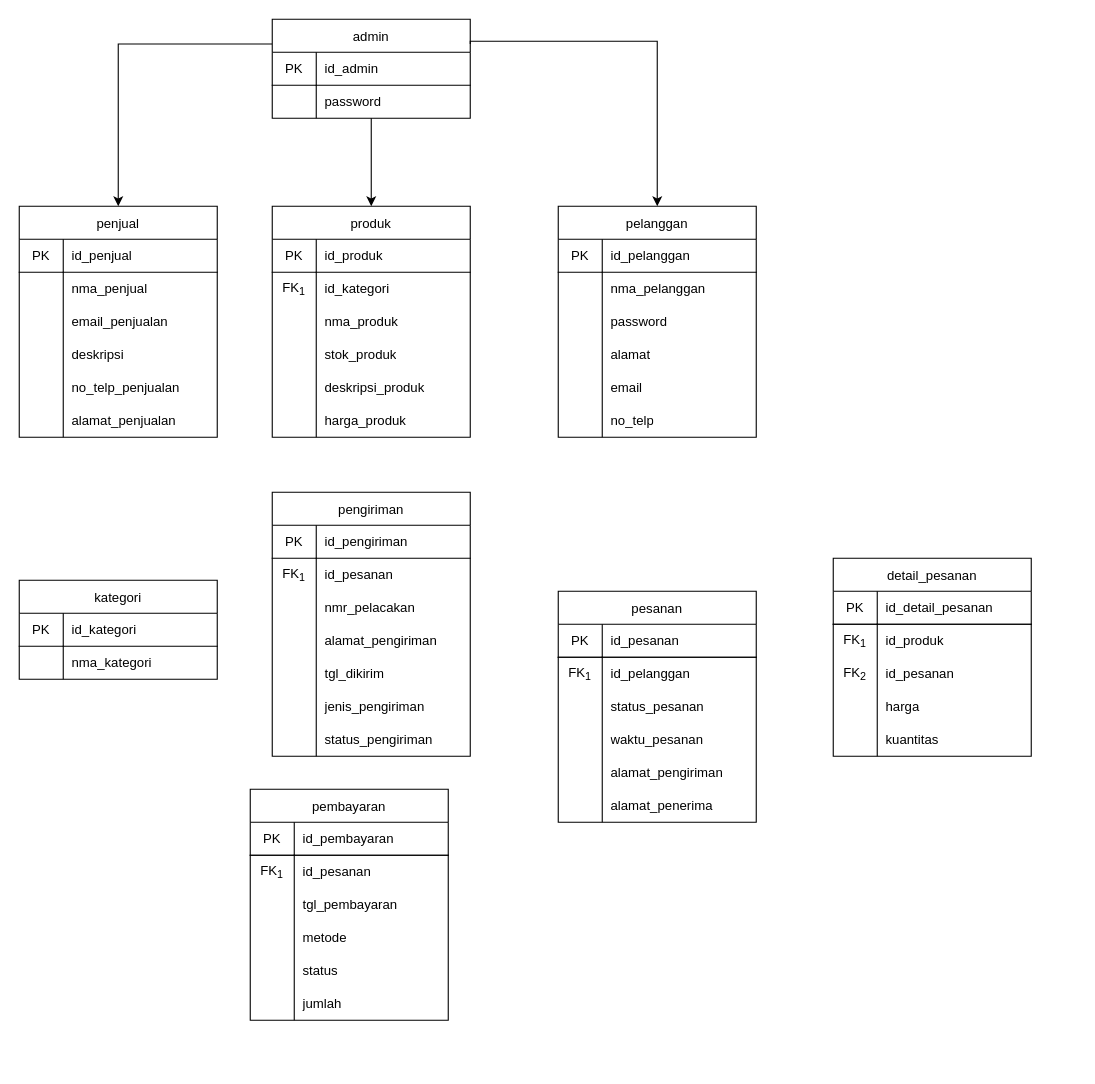
Before: e-commerce_cdm.drawio in vinnnna/sistem-basis-data, a draw.io diagram. Source tidied: cells renumbered, new cells numbered last; positions are measured from the earlier drawing's top-left corner, leaving out a move shared by most shapes. Both pictures are drawn from the tidied source at 110%, with x=0, y=0 at pixel (19, 19).
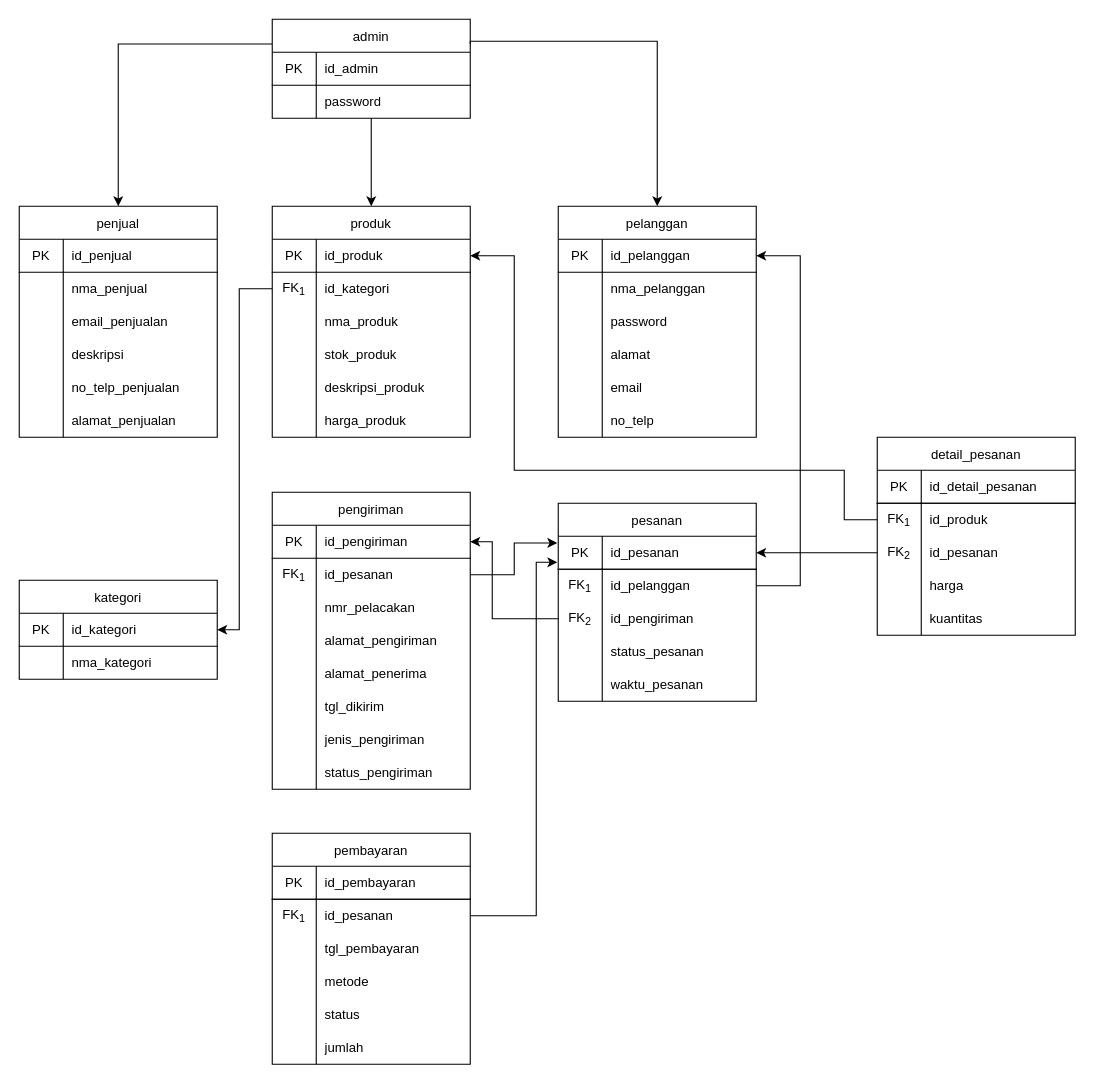
The same diagram, later.

Unchanged cells that the change refers to:
```xml
<mxCell id="22" style="shape=tableRow;horizontal=0;startSize=0;swimlaneHead=0;swimlaneBody=0;top=0;left=0;bottom=0;right=0;fillColor=none;points=[[0,0.5],[1,0.5]];portConstraint=eastwest;strokeColor=inherit;fontSize=12;" parent="21" vertex="1">
  <mxGeometry y="30" width="180" height="30" as="geometry" />
</mxCell>
<mxCell id="25" style="shape=tableRow;horizontal=0;startSize=0;swimlaneHead=0;swimlaneBody=0;top=0;left=0;bottom=0;right=0;fillColor=none;points=[[0,0.5],[1,0.5]];portConstraint=eastwest;strokeColor=inherit;fontSize=12;" parent="21" vertex="1">
  <mxGeometry y="60" width="180" height="30" as="geometry" />
</mxCell>
<mxCell id="41" style="shape=tableRow;horizontal=0;startSize=0;swimlaneHead=0;swimlaneBody=0;top=0;left=0;bottom=0;right=0;fillColor=none;points=[[0,0.5],[1,0.5]];portConstraint=eastwest;strokeColor=inherit;fontSize=12;" parent="40" vertex="1">
  <mxGeometry y="30" width="180" height="30" as="geometry" />
</mxCell>
<mxCell id="44" style="shape=tableRow;horizontal=0;startSize=0;swimlaneHead=0;swimlaneBody=0;top=0;left=0;bottom=0;right=0;fillColor=none;points=[[0,0.5],[1,0.5]];portConstraint=eastwest;strokeColor=inherit;fontSize=12;" parent="40" vertex="1">
  <mxGeometry y="60" width="180" height="30" as="geometry" />
</mxCell>
<mxCell id="63" style="shape=tableRow;horizontal=0;startSize=0;swimlaneHead=0;swimlaneBody=0;top=0;left=0;bottom=0;right=0;fillColor=none;points=[[0,0.5],[1,0.5]];portConstraint=eastwest;strokeColor=inherit;fontSize=12;" parent="59" vertex="1">
  <mxGeometry y="60" width="180" height="30" as="geometry" />
</mxCell>
<mxCell id="66" style="shape=tableRow;horizontal=0;startSize=0;swimlaneHead=0;swimlaneBody=0;top=0;left=0;bottom=0;right=0;fillColor=none;points=[[0,0.5],[1,0.5]];portConstraint=eastwest;strokeColor=inherit;fontSize=12;" parent="59" vertex="1">
  <mxGeometry y="90" width="180" height="30" as="geometry" />
</mxCell>
<mxCell id="76" style="shape=tableRow;horizontal=0;startSize=0;swimlaneHead=0;swimlaneBody=0;top=0;left=0;bottom=0;right=0;fillColor=none;points=[[0,0.5],[1,0.5]];portConstraint=eastwest;strokeColor=inherit;fontSize=12;" parent="75" vertex="1">
  <mxGeometry y="30" width="180" height="30" as="geometry" />
</mxCell>
<mxCell id="104" style="shape=tableRow;horizontal=0;startSize=0;swimlaneHead=0;swimlaneBody=0;top=0;left=0;bottom=0;right=0;fillColor=none;points=[[0,0.5],[1,0.5]];portConstraint=eastwest;strokeColor=inherit;fontSize=12;" parent="103" vertex="1">
  <mxGeometry y="30" width="180" height="30" as="geometry" />
</mxCell>
<mxCell id="111" style="shape=tableRow;horizontal=0;startSize=0;swimlaneHead=0;swimlaneBody=0;top=0;left=0;bottom=0;right=0;fillColor=none;points=[[0,0.5],[1,0.5]];portConstraint=eastwest;strokeColor=inherit;fontSize=12;" parent="110" vertex="1">
  <mxGeometry y="30" width="180" height="30" as="geometry" />
</mxCell>
<mxCell id="114" style="shape=tableRow;horizontal=0;startSize=0;swimlaneHead=0;swimlaneBody=0;top=0;left=0;bottom=0;right=0;fillColor=none;points=[[0,0.5],[1,0.5]];portConstraint=eastwest;strokeColor=inherit;fontSize=12;" parent="110" vertex="1">
  <mxGeometry y="60" width="180" height="30" as="geometry" />
</mxCell>
<mxCell id="137" style="shape=tableRow;horizontal=0;startSize=0;swimlaneHead=0;swimlaneBody=0;top=0;left=0;bottom=0;right=0;fillColor=none;points=[[0,0.5],[1,0.5]];portConstraint=eastwest;strokeColor=inherit;fontSize=12;" parent="133" vertex="1">
  <mxGeometry y="60" width="180" height="30" as="geometry" />
</mxCell>
```

The edit, as a diff of the source:
```diff
@@
     <mxCell id="40" value="pesanan" style="shape=table;startSize=30;childLayout=tableLayout;rowLines=0;fontStyle=0;strokeColor=default;fontSize=12;" parent="1" vertex="1">
-      <mxGeometry x="490" y="520" width="180" height="210" as="geometry" />
+      <mxGeometry x="490" y="440" width="180" height="180" as="geometry" />
     </mxCell>
@@
+    <mxCell id="152" style="shape=tableRow;horizontal=0;startSize=0;swimlaneHead=0;swimlaneBody=0;top=0;left=0;bottom=0;right=0;fillColor=none;points=[[0,0.5],[1,0.5]];portConstraint=eastwest;strokeColor=inherit;fontSize=12;" parent="40" vertex="1">
+      <mxGeometry y="90" width="180" height="30" as="geometry" />
+    </mxCell>
+    <mxCell id="153" value="FK&lt;sub&gt;2&lt;/sub&gt;" style="shape=partialRectangle;html=1;whiteSpace=wrap;fillColor=none;top=0;left=0;bottom=0;right=0;overflow=hidden;strokeColor=inherit;fontSize=12;" parent="152" vertex="1">
+      <mxGeometry width="40" height="30" as="geometry" />
+    </mxCell>
+    <mxCell id="154" value="id_pengiriman" style="shape=partialRectangle;html=1;whiteSpace=wrap;fillColor=none;top=0;left=0;bottom=0;right=0;align=left;spacingLeft=6;overflow=hidden;strokeColor=inherit;fontSize=12;" parent="152" vertex="1">
+      <mxGeometry x="40" width="140" height="30" as="geometry" />
+    </mxCell>
     <mxCell id="47" style="shape=tableRow;horizontal=0;startSize=0;swimlaneHead=0;swimlaneBody=0;top=0;left=0;bottom=0;right=0;fillColor=none;strokeColor=inherit;fontSize=12;" parent="40" vertex="1">
-      <mxGeometry y="90" width="180" height="30" as="geometry" />
+      <mxGeometry y="120" width="180" height="30" as="geometry" />
     </mxCell>
@@
     <mxCell id="50" style="shape=tableRow;horizontal=0;startSize=0;swimlaneHead=0;swimlaneBody=0;top=0;left=0;bottom=0;right=0;fillColor=none;strokeColor=inherit;fontSize=12;" parent="40" vertex="1">
-      <mxGeometry y="120" width="180" height="30" as="geometry" />
+      <mxGeometry y="150" width="180" height="30" as="geometry" />
     </mxCell>
@@
-    <mxCell id="53" style="shape=tableRow;horizontal=0;startSize=0;swimlaneHead=0;swimlaneBody=0;top=0;left=0;bottom=0;right=0;fillColor=none;strokeColor=inherit;fontSize=12;" parent="40" vertex="1">
-      <mxGeometry y="150" width="180" height="30" as="geometry" />
-    </mxCell>
-    <mxCell id="54" style="shape=partialRectangle;html=1;whiteSpace=wrap;fillColor=none;top=0;left=0;bottom=0;right=0;overflow=hidden;strokeColor=inherit;fontSize=12;" parent="53" vertex="1">
-      <mxGeometry width="40" height="30" as="geometry" />
-    </mxCell>
-    <mxCell id="55" value="alamat_pengiriman" style="shape=partialRectangle;html=1;whiteSpace=wrap;fillColor=none;top=0;left=0;bottom=0;right=0;align=left;spacingLeft=6;overflow=hidden;strokeColor=inherit;fontSize=12;" parent="53" vertex="1">
-      <mxGeometry x="40" width="140" height="30" as="geometry" />
-    </mxCell>
-    <mxCell id="56" style="shape=tableRow;horizontal=0;startSize=0;swimlaneHead=0;swimlaneBody=0;top=0;left=0;bottom=0;right=0;fillColor=none;strokeColor=inherit;fontSize=12;" parent="40" vertex="1">
-      <mxGeometry y="180" width="180" height="30" as="geometry" />
-    </mxCell>
-    <mxCell id="57" style="shape=partialRectangle;html=1;whiteSpace=wrap;fillColor=none;top=0;left=0;bottom=0;right=0;overflow=hidden;strokeColor=inherit;fontSize=12;" parent="56" vertex="1">
-      <mxGeometry width="40" height="30" as="geometry" />
-    </mxCell>
-    <mxCell id="58" value="alamat_penerima" style="shape=partialRectangle;html=1;whiteSpace=wrap;fillColor=none;top=0;left=0;bottom=0;right=0;align=left;spacingLeft=6;overflow=hidden;strokeColor=inherit;fontSize=12;" parent="56" vertex="1">
-      <mxGeometry x="40" width="140" height="30" as="geometry" />
-    </mxCell>
     <mxCell id="59" value="detail_pesanan" style="shape=table;startSize=30;childLayout=tableLayout;rowLines=0;fontStyle=0;strokeColor=default;fontSize=12;" parent="1" vertex="1">
-      <mxGeometry x="740" y="490" width="180" height="180" as="geometry" />
+      <mxGeometry x="780" y="380" width="180" height="180" as="geometry" />
     </mxCell>
@@
     <mxCell id="110" value="pengiriman" style="shape=table;startSize=30;childLayout=tableLayout;rowLines=0;fontStyle=0;strokeColor=default;fontSize=12;" parent="1" vertex="1">
-      <mxGeometry x="230" y="430" width="180" height="240" as="geometry" />
+      <mxGeometry x="230" y="430" width="180" height="270" as="geometry" />
     </mxCell>
@@
+    <mxCell id="53" style="shape=tableRow;horizontal=0;startSize=0;swimlaneHead=0;swimlaneBody=0;top=0;left=0;bottom=0;right=0;fillColor=none;strokeColor=inherit;fontSize=12;" parent="110" vertex="1">
+      <mxGeometry y="150" width="180" height="30" as="geometry" />
+    </mxCell>
+    <mxCell id="155" style="shape=partialRectangle;html=1;whiteSpace=wrap;fillColor=none;top=0;left=0;bottom=0;right=0;overflow=hidden;strokeColor=inherit;fontSize=12;" parent="53" vertex="1">
+      <mxGeometry width="40" height="30" as="geometry" />
+    </mxCell>
+    <mxCell id="58" value="alamat_penerima" style="shape=partialRectangle;html=1;whiteSpace=wrap;fillColor=none;top=0;left=0;bottom=0;right=0;align=left;spacingLeft=6;overflow=hidden;strokeColor=inherit;fontSize=12;" parent="53" vertex="1">
+      <mxGeometry x="40" width="140" height="30" as="geometry" />
+    </mxCell>
     <mxCell id="123" style="shape=tableRow;horizontal=0;startSize=0;swimlaneHead=0;swimlaneBody=0;top=0;left=0;bottom=0;right=0;fillColor=none;strokeColor=inherit;fontSize=12;" parent="110" vertex="1">
-      <mxGeometry y="150" width="180" height="30" as="geometry" />
+      <mxGeometry y="180" width="180" height="30" as="geometry" />
     </mxCell>
@@
     <mxCell id="126" style="shape=tableRow;horizontal=0;startSize=0;swimlaneHead=0;swimlaneBody=0;top=0;left=0;bottom=0;right=0;fillColor=none;strokeColor=inherit;fontSize=12;" parent="110" vertex="1">
-      <mxGeometry y="180" width="180" height="30" as="geometry" />
+      <mxGeometry y="210" width="180" height="30" as="geometry" />
     </mxCell>
@@
     <mxCell id="129" style="shape=tableRow;horizontal=0;startSize=0;swimlaneHead=0;swimlaneBody=0;top=0;left=0;bottom=0;right=0;fillColor=none;strokeColor=inherit;fontSize=12;" parent="110" vertex="1">
-      <mxGeometry y="210" width="180" height="30" as="geometry" />
+      <mxGeometry y="240" width="180" height="30" as="geometry" />
     </mxCell>
@@
     <mxCell id="133" value="pembayaran" style="shape=table;startSize=30;childLayout=tableLayout;rowLines=0;fontStyle=0;strokeColor=default;fontSize=12;" parent="1" vertex="1">
-      <mxGeometry x="210" y="700" width="180" height="210" as="geometry" />
+      <mxGeometry x="230" y="740" width="180" height="210" as="geometry" />
     </mxCell>
@@
+    <mxCell id="156" style="edgeStyle=orthogonalEdgeStyle;rounded=0;jettySize=auto;html=1;entryX=1;entryY=0.5;entryDx=0;entryDy=0;exitX=1;exitY=0.5;exitDx=0;exitDy=0;" parent="1" edge="1" source="44" target="76">
+      <mxGeometry relative="1" as="geometry">
+        <Array as="points">
+          <mxPoint x="710" y="515" />
+          <mxPoint x="710" y="215" />
+        </Array>
+      </mxGeometry>
+    </mxCell>
+    <mxCell id="157" style="edgeStyle=orthogonalEdgeStyle;rounded=0;jettySize=auto;html=1;exitX=1;exitY=0.5;exitDx=0;exitDy=0;entryX=-0.005;entryY=0.202;entryDx=0;entryDy=0;entryPerimeter=0;" parent="1" edge="1" source="114" target="41">
+      <mxGeometry relative="1" as="geometry" />
+    </mxCell>
+    <mxCell id="158" style="edgeStyle=orthogonalEdgeStyle;rounded=0;jettySize=auto;html=1;exitX=1;exitY=0.5;exitDx=0;exitDy=0;entryX=-0.005;entryY=0.79;entryDx=0;entryDy=0;entryPerimeter=0;" parent="1" edge="1" source="137" target="41">
+      <mxGeometry relative="1" as="geometry">
+        <Array as="points">
+          <mxPoint x="470" y="815" />
+          <mxPoint x="470" y="494" />
+        </Array>
+      </mxGeometry>
+    </mxCell>
+    <mxCell id="159" style="edgeStyle=orthogonalEdgeStyle;rounded=0;jettySize=auto;html=1;exitX=0;exitY=0.5;exitDx=0;exitDy=0;entryX=1;entryY=0.5;entryDx=0;entryDy=0;" parent="1" edge="1" source="25" target="104">
+      <mxGeometry relative="1" as="geometry">
+        <Array as="points">
+          <mxPoint x="200" y="245" />
+          <mxPoint x="200" y="555" />
+        </Array>
+      </mxGeometry>
+    </mxCell>
+    <mxCell id="160" style="edgeStyle=orthogonalEdgeStyle;rounded=0;jettySize=auto;html=1;exitX=0;exitY=0.5;exitDx=0;exitDy=0;entryX=1;entryY=0.5;entryDx=0;entryDy=0;" parent="1" edge="1" source="63" target="22">
+      <mxGeometry relative="1" as="geometry">
+        <Array as="points">
+          <mxPoint x="750" y="455" />
+          <mxPoint x="750" y="410" />
+          <mxPoint x="450" y="410" />
+          <mxPoint x="450" y="215" />
+        </Array>
+      </mxGeometry>
+    </mxCell>
+    <mxCell id="161" style="edgeStyle=orthogonalEdgeStyle;rounded=0;jettySize=auto;html=1;exitX=0;exitY=0.5;exitDx=0;exitDy=0;entryX=1;entryY=0.5;entryDx=0;entryDy=0;" parent="1" edge="1" source="66" target="41">
+      <mxGeometry relative="1" as="geometry" />
+    </mxCell>
+    <mxCell id="162" style="edgeStyle=orthogonalEdgeStyle;rounded=0;jettySize=auto;html=1;exitX=0;exitY=0.5;exitDx=0;exitDy=0;entryX=1;entryY=0.5;entryDx=0;entryDy=0;" parent="1" edge="1" source="152" target="111">
+      <mxGeometry relative="1" as="geometry">
+        <Array as="points">
+          <mxPoint x="430" y="545" />
+          <mxPoint x="430" y="475" />
+        </Array>
+      </mxGeometry>
+    </mxCell>
```
